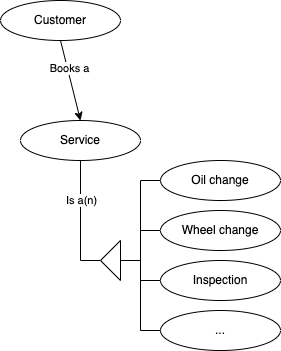
The draw.io diagram assets/autoservice-domain-model.png in steffenmueller4/steffenmueller4.github.io, before a commit. Source tidied: cells renumbered, new cells last; positions are measured from the earlier drawing's top-left corner, leaving out a move shared by most shapes.
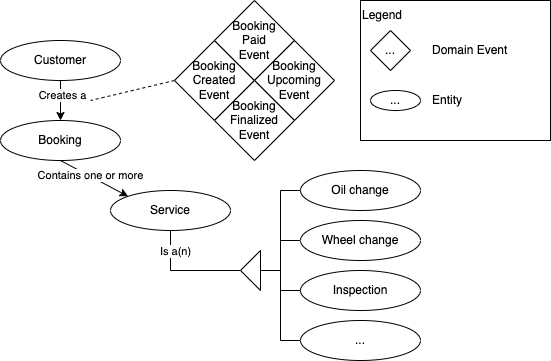
Later version of the same file.

The edit, as a diff of the source:
```diff
@@ -2,29 +2,39 @@
   <root>
     <mxCell id="0" />
     <mxCell id="1" parent="0" />
+    <mxCell id="17" style="rounded=0;whiteSpace=wrap;html=1;" parent="1" vertex="1">
+      <mxGeometry x="220" y="-10" width="190" height="140" as="geometry" />
+    </mxCell>
     <mxCell id="2" style="edgeStyle=orthogonalEdgeStyle;rounded=0;jettySize=auto;html=1;exitX=0.5;exitY=1;exitDx=0;exitDy=0;entryX=1;entryY=0.5;entryDx=0;entryDy=0;endArrow=none;endFill=0;" parent="1" edge="1" source="4" target="14">
       <mxGeometry relative="1" as="geometry" />
     </mxCell>
     <mxCell id="3" value="Is a(n)" style="edgeLabel;html=1;align=center;verticalAlign=middle;" parent="2" vertex="1">
-      <mxGeometry x="-0.35" relative="1" as="geometry" />
+      <mxGeometry x="-0.35" relative="1" as="geometry">
+        <mxPoint x="4" y="-16" as="offset" />
+      </mxGeometry>
     </mxCell>
     <mxCell id="4" value="Service" style="ellipse;whiteSpace=wrap;html=1;" parent="1" vertex="1">
-      <mxGeometry x="20" y="120" width="120" height="40" as="geometry" />
+      <mxGeometry x="-30" y="180" width="120" height="40" as="geometry" />
     </mxCell>
-    <mxCell id="5" style="rounded=0;jettySize=auto;html=1;exitX=0.5;exitY=1;exitDx=0;exitDy=0;entryX=0.5;entryY=0;entryDx=0;entryDy=0;endArrow=classic;endFill=1;" parent="1" edge="1" source="7" target="4">
+    <mxCell id="5" style="rounded=0;jettySize=auto;html=1;exitX=0.5;exitY=1;exitDx=0;exitDy=0;endArrow=classic;endFill=1;entryX=0.5;entryY=0;entryDx=0;entryDy=0;" parent="1" edge="1" source="7" target="21">
       <mxGeometry relative="1" as="geometry" />
     </mxCell>
-    <mxCell id="6" value="Books a" style="edgeLabel;html=1;align=center;verticalAlign=middle;" parent="5" vertex="1">
+    <mxCell id="6" value="Creates a" style="edgeLabel;html=1;align=center;verticalAlign=middle;" parent="5" vertex="1">
       <mxGeometry x="-0.29" y="1" relative="1" as="geometry" />
     </mxCell>
     <mxCell id="7" value="Customer" style="ellipse;whiteSpace=wrap;html=1;" parent="1" vertex="1">
-      <mxGeometry width="120" height="40" as="geometry" />
+      <mxGeometry x="-140" y="30" width="120" height="40" as="geometry" />
     </mxCell>
     <mxCell id="8" value="Oil change" style="ellipse;whiteSpace=wrap;html=1;" parent="1" vertex="1">
       <mxGeometry x="160" y="160" width="120" height="40" as="geometry" />
     </mxCell>
     <mxCell id="9" style="edgeStyle=orthogonalEdgeStyle;rounded=0;jettySize=auto;html=1;exitX=0;exitY=0.5;exitDx=0;exitDy=0;endArrow=none;endFill=0;" parent="1" edge="1" source="10" target="14">
-      <mxGeometry relative="1" as="geometry" />
+      <mxGeometry relative="1" as="geometry">
+        <Array as="points">
+          <mxPoint x="140" y="230" />
+          <mxPoint x="140" y="260" />
+        </Array>
+      </mxGeometry>
     </mxCell>
     <mxCell id="10" value="Wheel change" style="ellipse;whiteSpace=wrap;html=1;" parent="1" vertex="1">
       <mxGeometry x="160" y="210" width="120" height="40" as="geometry" />
@@ -35,8 +45,14 @@
     <mxCell id="12" value="..." style="ellipse;whiteSpace=wrap;html=1;" parent="1" vertex="1">
       <mxGeometry x="160" y="310" width="120" height="40" as="geometry" />
     </mxCell>
-    <mxCell id="13" style="edgeStyle=orthogonalEdgeStyle;rounded=0;jettySize=auto;html=1;exitX=0;exitY=0.5;exitDx=0;exitDy=0;entryX=0;entryY=0.5;entryDx=0;entryDy=0;endArrow=none;endFill=0;" parent="1" edge="1" source="14" target="8">
-      <mxGeometry relative="1" as="geometry" />
+    <mxCell id="13" style="edgeStyle=orthogonalEdgeStyle;rounded=0;jettySize=auto;html=1;exitX=0;exitY=0.5;exitDx=0;exitDy=0;entryX=0;entryY=0.5;entryDx=0;entryDy=0;endArrow=none;endFill=0;" parent="1" edge="1" source="14">
+      <mxGeometry relative="1" as="geometry">
+        <mxPoint x="160" y="180" as="targetPoint" />
+        <Array as="points">
+          <mxPoint x="140" y="260" />
+          <mxPoint x="140" y="180" />
+        </Array>
+      </mxGeometry>
     </mxCell>
     <mxCell id="14" style="triangle;whiteSpace=wrap;html=1;rotation=-180;" parent="1" vertex="1">
       <mxGeometry x="100" y="240" width="20" height="40" as="geometry" />
@@ -47,5 +63,49 @@
     <mxCell id="16" style="edgeStyle=orthogonalEdgeStyle;rounded=0;jettySize=auto;html=1;exitX=0;exitY=0.5;exitDx=0;exitDy=0;endArrow=none;endFill=0;entryX=0;entryY=0.5;entryDx=0;entryDy=0;" parent="1" edge="1" source="12" target="14">
       <mxGeometry relative="1" as="geometry" />
     </mxCell>
+    <mxCell id="18" style="edgeStyle=none;rounded=0;jettySize=auto;html=1;exitX=0;exitY=0.5;exitDx=0;exitDy=0;endArrow=none;endFill=0;dashed=1;" parent="1" edge="1" source="23">
+      <mxGeometry relative="1" as="geometry">
+        <mxPoint x="-50" y="90" as="targetPoint" />
+      </mxGeometry>
+    </mxCell>
+    <mxCell id="19" style="edgeStyle=none;rounded=0;jettySize=auto;html=1;exitX=0.5;exitY=1;exitDx=0;exitDy=0;entryX=0;entryY=0;entryDx=0;entryDy=0;endArrow=classic;endFill=1;" parent="1" edge="1" source="21" target="4">
+      <mxGeometry relative="1" as="geometry" />
+    </mxCell>
+    <mxCell id="20" value="Contains one or more" style="edgeLabel;html=1;align=center;verticalAlign=middle;" parent="19" vertex="1">
+      <mxGeometry x="-0.14" y="1" relative="1" as="geometry" />
+    </mxCell>
+    <mxCell id="21" value="Booking" style="ellipse;whiteSpace=wrap;html=1;" parent="1" vertex="1">
+      <mxGeometry x="-140" y="110" width="120" height="40" as="geometry" />
+    </mxCell>
+    <mxCell id="22" style="group;" parent="1" vertex="1">
+      <mxGeometry x="34" y="-10" width="160" height="160" as="geometry" />
+    </mxCell>
+    <mxCell id="23" value="Booking&lt;br&gt;Created&lt;br&gt;Event" style="rhombus;whiteSpace=wrap;html=1;" parent="22" vertex="1">
+      <mxGeometry y="40" width="80" height="80" as="geometry" />
+    </mxCell>
+    <mxCell id="24" value="Booking&lt;br&gt;Paid&lt;br&gt;Event" style="rhombus;whiteSpace=wrap;html=1;" parent="22" vertex="1">
+      <mxGeometry x="40" width="80" height="80" as="geometry" />
+    </mxCell>
+    <mxCell id="25" value="Booking&lt;br&gt;Upcoming&lt;br&gt;Event" style="rhombus;whiteSpace=wrap;html=1;" parent="22" vertex="1">
+      <mxGeometry x="80" y="40" width="80" height="80" as="geometry" />
+    </mxCell>
+    <mxCell id="26" value="Booking&lt;br&gt;Finalized&lt;br&gt;Event" style="rhombus;whiteSpace=wrap;html=1;" parent="22" vertex="1">
+      <mxGeometry x="40" y="80" width="80" height="80" as="geometry" />
+    </mxCell>
+    <mxCell id="27" value="..." style="rhombus;whiteSpace=wrap;html=1;" parent="1" vertex="1">
+      <mxGeometry x="230" y="20" width="40" height="40" as="geometry" />
+    </mxCell>
+    <mxCell id="28" value="Domain Event" style="text;html=1;strokeColor=none;fillColor=none;align=left;verticalAlign=middle;whiteSpace=wrap;rounded=0;" parent="1" vertex="1">
+      <mxGeometry x="290" y="25" width="90" height="30" as="geometry" />
+    </mxCell>
+    <mxCell id="29" value="..." style="ellipse;whiteSpace=wrap;html=1;" parent="1" vertex="1">
+      <mxGeometry x="230" y="80" width="50" height="20" as="geometry" />
+    </mxCell>
+    <mxCell id="30" value="Entity" style="text;html=1;strokeColor=none;fillColor=none;align=left;verticalAlign=middle;whiteSpace=wrap;rounded=0;" parent="1" vertex="1">
+      <mxGeometry x="290" y="75" width="60" height="30" as="geometry" />
+    </mxCell>
+    <mxCell id="31" value="Legend" style="text;html=1;strokeColor=none;fillColor=none;align=left;verticalAlign=middle;whiteSpace=wrap;rounded=0;" parent="1" vertex="1">
+      <mxGeometry x="220" y="-10" width="90" height="30" as="geometry" />
+    </mxCell>
   </root>
 </mxGraphModel>
```
